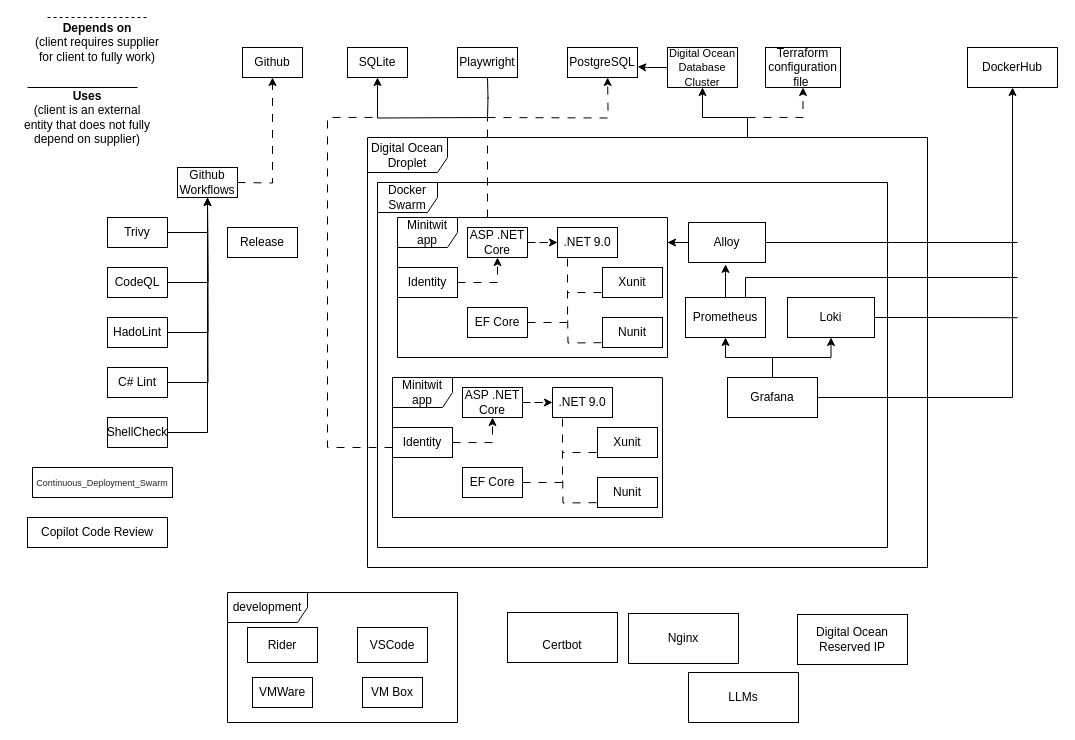
The draw.io diagram diagrams/dependency_diagram/MiniTwit_dependency_diagram.drawio in Joakim-David/GruppeOG, before the edit. Source tidied: cells renumbered, new cells numbered last; positions are measured from the earlier drawing's top-left corner, leaving out a move shared by most shapes. Both pictures are drawn from the tidied source at 100%, with x=0, y=0 at pixel (17, 17).
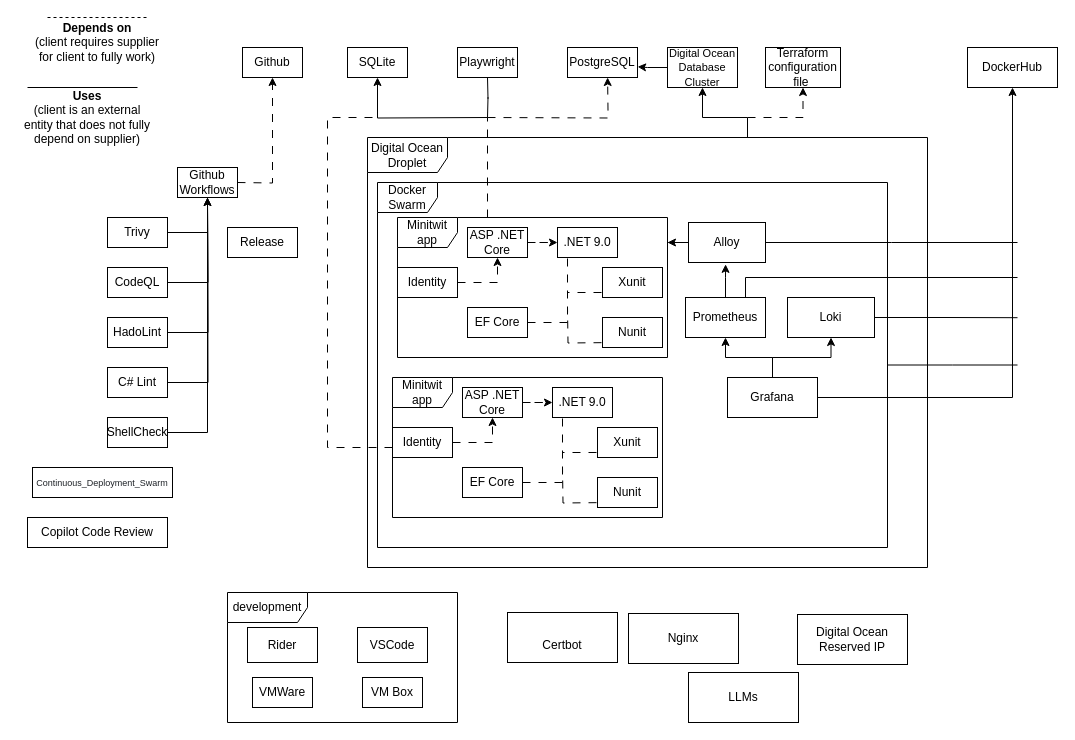
After the change.

Commit message:
Add dependencu from swarm to dockerhub

The change refers to these unchanged cells:
```xml
<mxCell id="53" value="Docker Swarm" style="shape=umlFrame;whiteSpace=wrap;html=1;" parent="1" vertex="1">
  <mxGeometry x="360" y="165" width="510" height="365" as="geometry" />
</mxCell>
```

Diff of the diagram source:
```diff
@@
+    <mxCell id="84" style="edgeStyle=orthogonalEdgeStyle;rounded=0;jettySize=auto;html=1;endArrow=none;endFill=0;" parent="1" edge="1" source="53">
+      <mxGeometry relative="1" as="geometry">
+        <mxPoint x="1000" y="347.5" as="targetPoint" />
+      </mxGeometry>
+    </mxCell>
```
